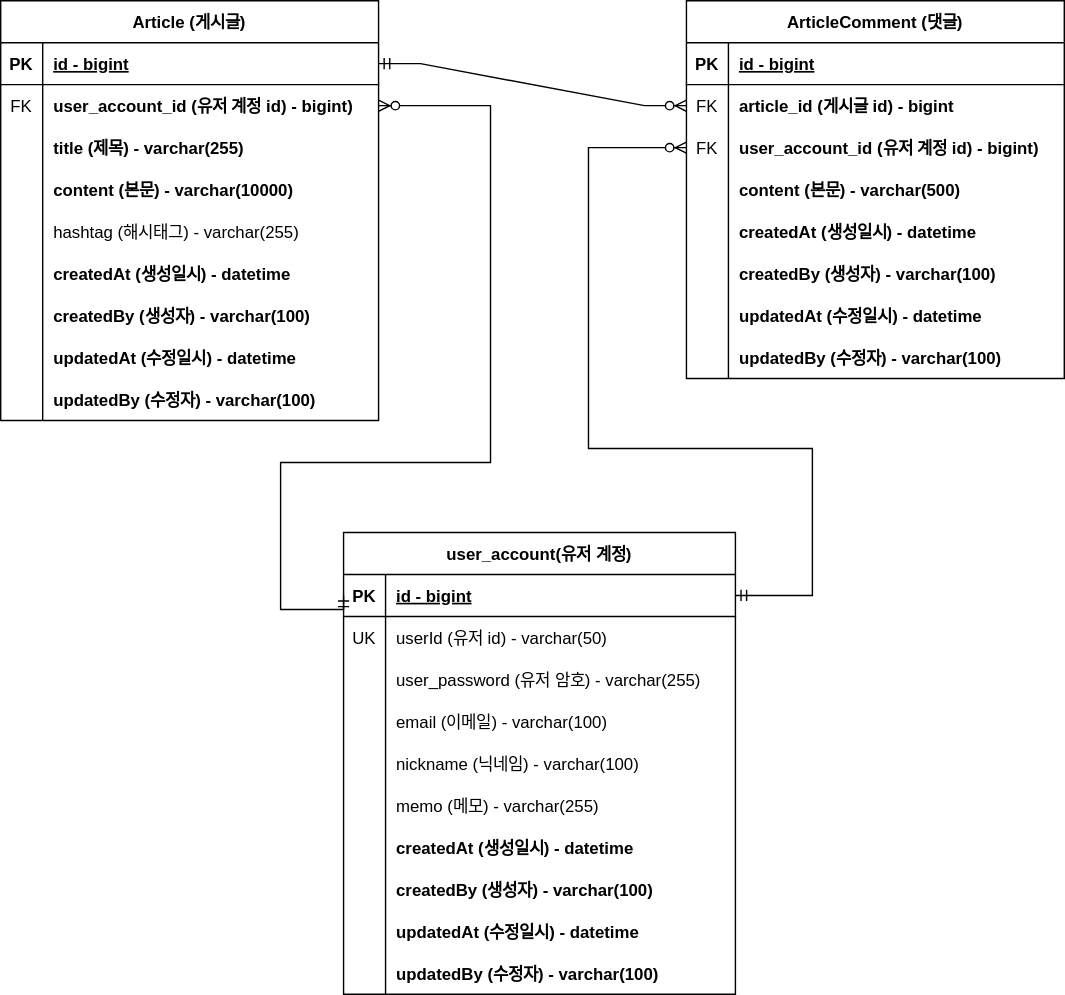
Before: documents/project-board-erd.svg, a diagram exported from draw.io (JIHYEON-PF/project-board). Source tidied: cells renumbered, new cells last; positions are measured from the earlier drawing's top-left corner, leaving out a move shared by most shapes.
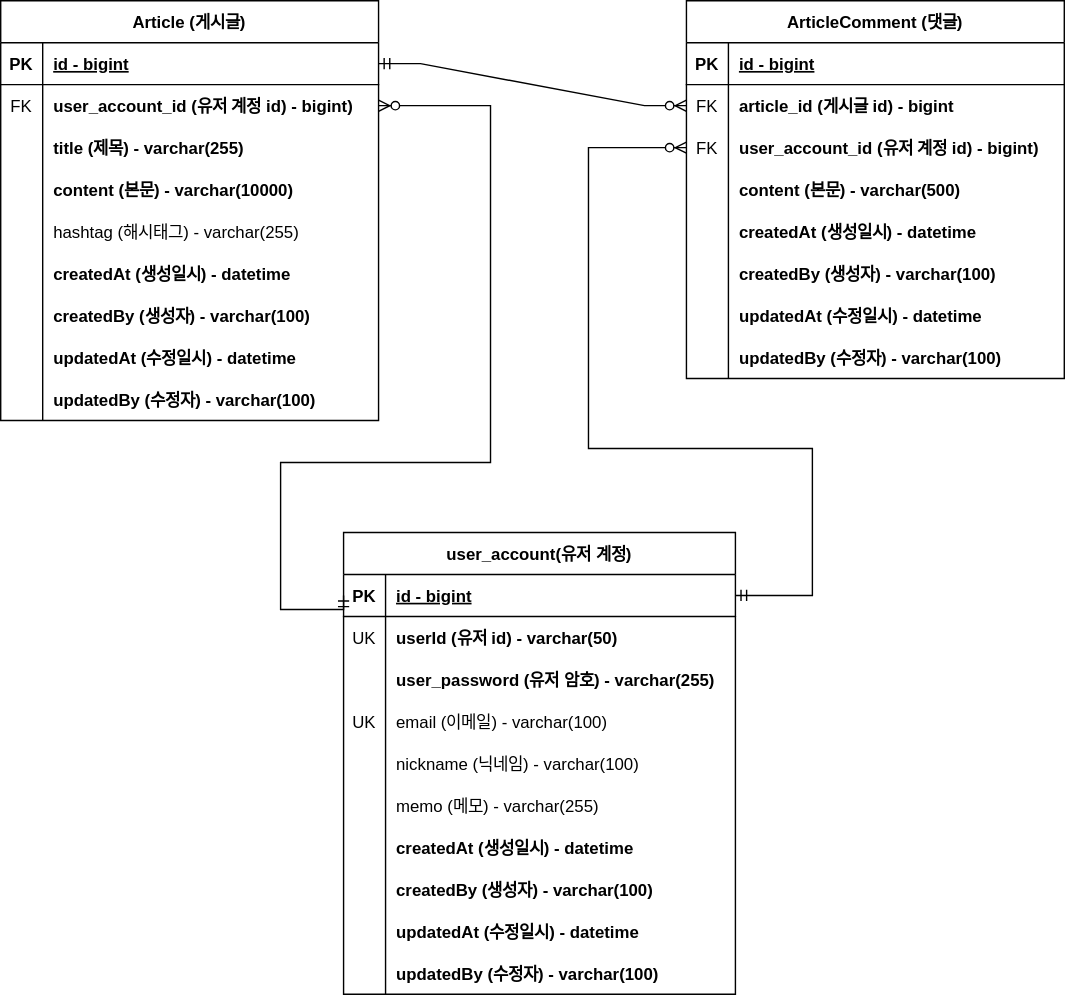
After the commit.

Commit message:
#35 - erd 업데이트 : 회원 계정 도메인의 이메일에 유니크 키 추가 및 not null 속성 추가

What changed in the source:
```diff
@@ -182,7 +182,7 @@
     <mxCell id="61" value="UK" style="shape=partialRectangle;overflow=hidden;fillColor=none;top=0;left=0;bottom=0;right=0;" parent="60" vertex="1">
       <mxGeometry width="30" height="30" as="geometry" />
     </mxCell>
-    <mxCell id="62" value="userId (유저 id) - varchar(50)" style="shape=partialRectangle;overflow=hidden;fillColor=none;top=0;left=0;bottom=0;right=0;align=left;spacingLeft=6;" parent="60" vertex="1">
+    <mxCell id="62" value="userId (유저 id) - varchar(50)" style="shape=partialRectangle;overflow=hidden;fillColor=none;top=0;left=0;bottom=0;right=0;align=left;spacingLeft=6;fontStyle=1;" parent="60" vertex="1">
       <mxGeometry x="30" width="250" height="30" as="geometry" />
     </mxCell>
     <mxCell id="63" style="shape=partialRectangle;fillColor=none;top=0;left=0;right=0;bottom=0;" parent="56" vertex="1">
@@ -191,13 +191,13 @@
     <mxCell id="64" value="    " style="shape=partialRectangle;overflow=hidden;fillColor=none;top=0;left=0;bottom=0;right=0;" parent="63" vertex="1">
       <mxGeometry width="30" height="30" as="geometry" />
     </mxCell>
-    <mxCell id="65" value="user_password (유저 암호) - varchar(255)" style="shape=partialRectangle;overflow=hidden;fillColor=none;top=0;left=0;bottom=0;right=0;align=left;spacingLeft=6;" parent="63" vertex="1">
+    <mxCell id="65" value="user_password (유저 암호) - varchar(255)" style="shape=partialRectangle;overflow=hidden;fillColor=none;top=0;left=0;bottom=0;right=0;align=left;spacingLeft=6;fontStyle=1;" parent="63" vertex="1">
       <mxGeometry x="30" width="250" height="30" as="geometry" />
     </mxCell>
     <mxCell id="66" style="shape=partialRectangle;fillColor=none;top=0;left=0;right=0;bottom=0;" parent="56" vertex="1">
       <mxGeometry y="120" width="280" height="30" as="geometry" />
     </mxCell>
-    <mxCell id="67" value="    " style="shape=partialRectangle;overflow=hidden;fillColor=none;top=0;left=0;bottom=0;right=0;" parent="66" vertex="1">
+    <mxCell id="67" value="UK" style="shape=partialRectangle;overflow=hidden;fillColor=none;top=0;left=0;bottom=0;right=0;" parent="66" vertex="1">
       <mxGeometry width="30" height="30" as="geometry" />
     </mxCell>
     <mxCell id="68" value="email (이메일) - varchar(100)" style="shape=partialRectangle;overflow=hidden;fillColor=none;top=0;left=0;bottom=0;right=0;align=left;spacingLeft=6;" parent="66" vertex="1">
```
